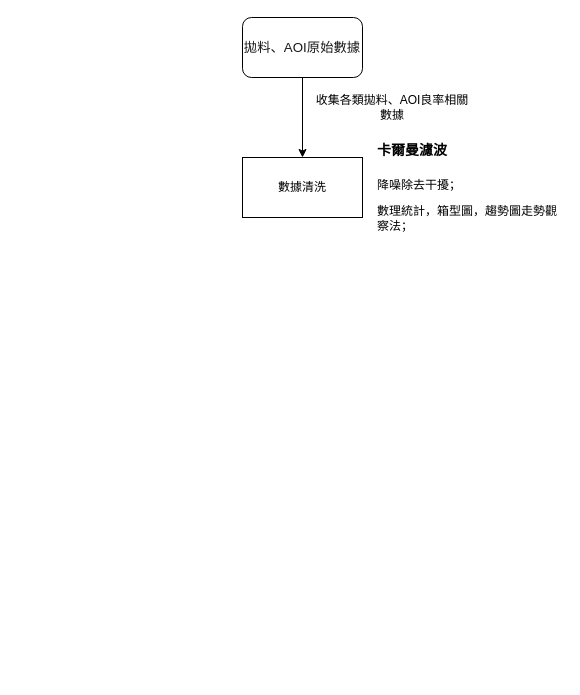
Before: page "Page-1" (1 of 2) of Untitled Diagram.drawio in pioneer145790/manual-location, a draw.io diagram. Source tidied: cells renumbered, new cells numbered last; positions are measured from the earlier drawing's top-left corner, leaving out a move shared by most shapes. Both pictures are drawn from the tidied source at 100%, with x=0, y=0 at pixel (242, 17).
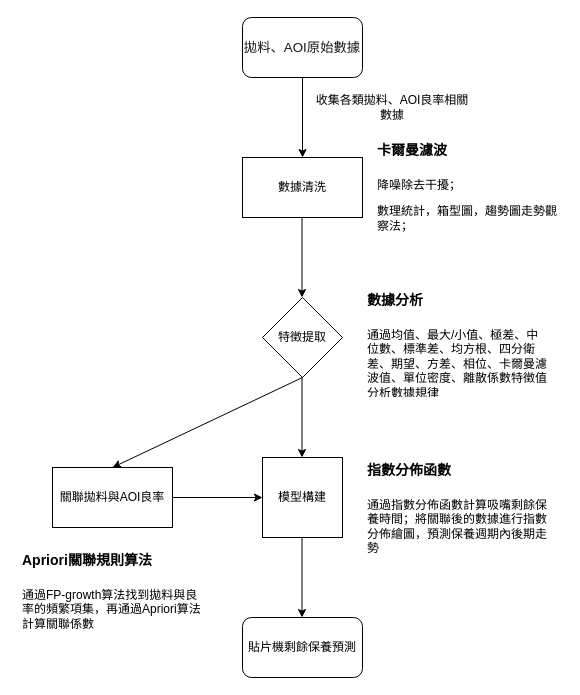
The same page after the edit.

Change to the diagram source:
```diff
@@
+    <mxCell id="7" style="endArrow=classic;html=1;exitX=0.5;exitY=1;exitDx=0;exitDy=0;" parent="1" edge="1">
+      <mxGeometry relative="1" as="geometry">
+        <mxPoint x="59.5" y="200" as="sourcePoint" />
+        <mxPoint x="59.5" y="280" as="targetPoint" />
+      </mxGeometry>
+    </mxCell>
+    <mxCell id="8" value="&lt;span&gt;特徵提取&lt;/span&gt;" style="rhombus;whiteSpace=wrap;html=1;" parent="1" vertex="1">
+      <mxGeometry x="20" y="280" width="80" height="80" as="geometry" />
+    </mxCell>
+    <mxCell id="9" style="endArrow=classic;html=1;exitX=0.5;exitY=1;exitDx=0;exitDy=0;" parent="1" edge="1">
+      <mxGeometry relative="1" as="geometry">
+        <mxPoint x="59.5" y="360" as="sourcePoint" />
+        <mxPoint x="59.5" y="440" as="targetPoint" />
+      </mxGeometry>
+    </mxCell>
+    <mxCell id="10" value="模型構建" style="whiteSpace=wrap;html=1;" parent="1" vertex="1">
+      <mxGeometry x="20" y="440" width="80" height="80" as="geometry" />
+    </mxCell>
+    <mxCell id="11" style="endArrow=classic;html=1;exitX=0.5;exitY=1;exitDx=0;exitDy=0;" parent="1" edge="1">
+      <mxGeometry relative="1" as="geometry">
+        <mxPoint x="59.5" y="520" as="sourcePoint" />
+        <mxPoint x="59.5" y="600" as="targetPoint" />
+      </mxGeometry>
+    </mxCell>
+    <mxCell id="12" value="貼片機剩餘保養預測" style="rounded=1;whiteSpace=wrap;html=1;" parent="1" vertex="1">
+      <mxGeometry y="600" width="120" height="60" as="geometry" />
+    </mxCell>
+    <mxCell id="13" value="&lt;h1&gt;&lt;font style=&quot;font-size: 14px&quot;&gt;數據分析&lt;/font&gt;&lt;/h1&gt;&lt;p&gt;通過均值、最大/小值、極差、中位數、標準差、均方根、四分衛差、期望、方差、相位、卡爾曼濾波值、單位密度、離散係數特徵值分析數據規律&lt;/p&gt;" style="text;html=1;strokeColor=none;fillColor=none;spacing=5;spacingTop=-20;whiteSpace=wrap;overflow=hidden;rounded=0;" parent="1" vertex="1">
+      <mxGeometry x="120" y="260" width="190" height="120" as="geometry" />
+    </mxCell>
+    <mxCell id="14" style="endArrow=classic;html=1;" parent="1" edge="1">
+      <mxGeometry relative="1" as="geometry">
+        <mxPoint x="60" y="360" as="sourcePoint" />
+        <mxPoint x="-130" y="450" as="targetPoint" />
+      </mxGeometry>
+    </mxCell>
+    <mxCell id="15" value="關聯拋料與AOI良率" style="rounded=0;whiteSpace=wrap;html=1;" parent="1" vertex="1">
+      <mxGeometry x="-190" y="450" width="120" height="60" as="geometry" />
+    </mxCell>
+    <mxCell id="16" style="endArrow=classic;html=1;exitX=1;exitY=0.5;exitDx=0;exitDy=0;entryX=0;entryY=0.5;entryDx=0;entryDy=0;" parent="1" edge="1" source="15" target="10">
+      <mxGeometry relative="1" as="geometry" />
+    </mxCell>
+    <mxCell id="17" value="&lt;h1&gt;&lt;font style=&quot;font-size: 14px&quot;&gt;Apriori關聯規則算法&lt;/font&gt;&lt;/h1&gt;&lt;p&gt;通過FP-growth算法找到拋料與良率的頻繁項集，再通過Apriori算法計算關聯係數&lt;/p&gt;" style="text;html=1;strokeColor=none;fillColor=none;spacing=5;spacingTop=-20;whiteSpace=wrap;overflow=hidden;rounded=0;" parent="1" vertex="1">
+      <mxGeometry x="-225" y="520" width="190" height="120" as="geometry" />
+    </mxCell>
+    <mxCell id="18" value="&lt;h1&gt;&lt;span style=&quot;font-size: 14px&quot;&gt;指數分佈函數&lt;/span&gt;&lt;/h1&gt;&lt;p&gt;通過指數分佈函數計算吸嘴剩餘保養時間；將關聯後的數據進行指數分佈繪圖，預測保養週期內後期走勢&lt;/p&gt;" style="text;html=1;strokeColor=none;fillColor=none;spacing=5;spacingTop=-20;whiteSpace=wrap;overflow=hidden;rounded=0;" parent="1" vertex="1">
+      <mxGeometry x="120" y="430" width="190" height="120" as="geometry" />
+    </mxCell>
```
